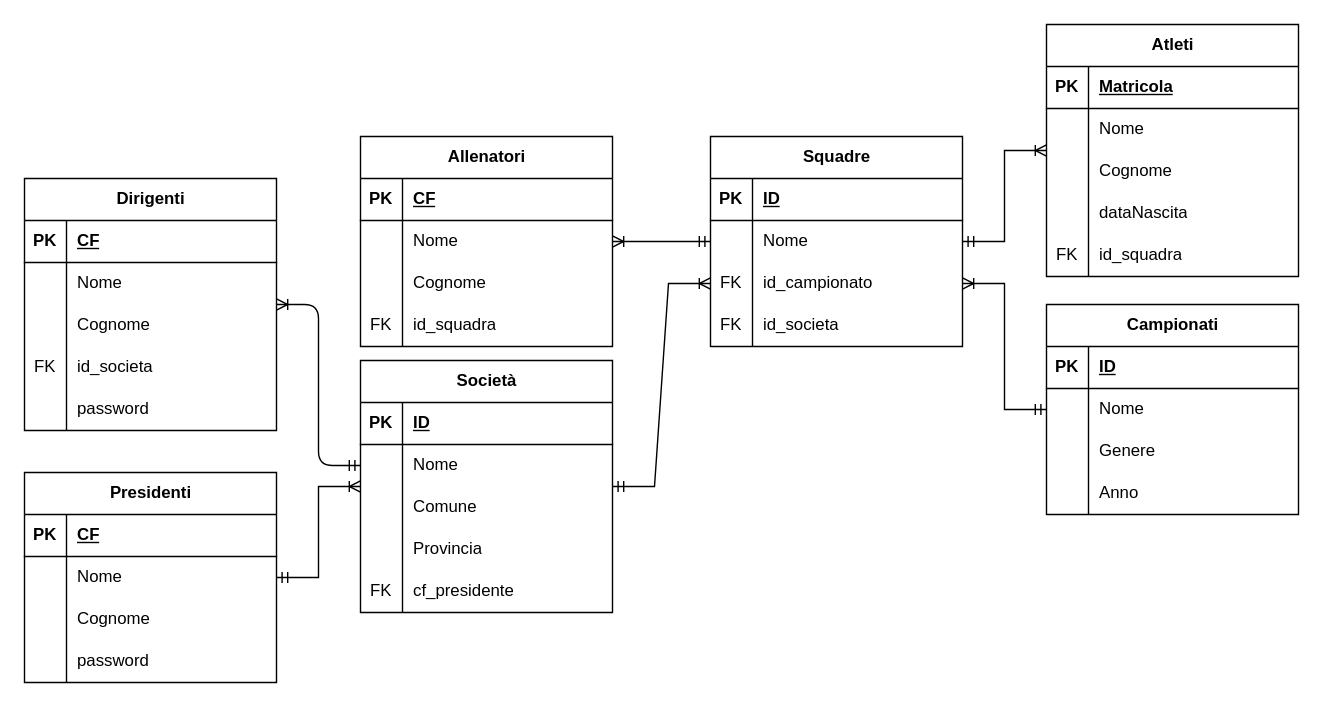
This is CS_VOLPE.drawio from Yuris-Reds/CS_VOLPE, a draw.io file, before an edit. Source tidied: cells renumbered, new cells numbered last; positions are measured from the earlier drawing's top-left corner, leaving out a move shared by most shapes. Both pictures are drawn from the tidied source at 140%, with x=0, y=0 at pixel (24, 24).
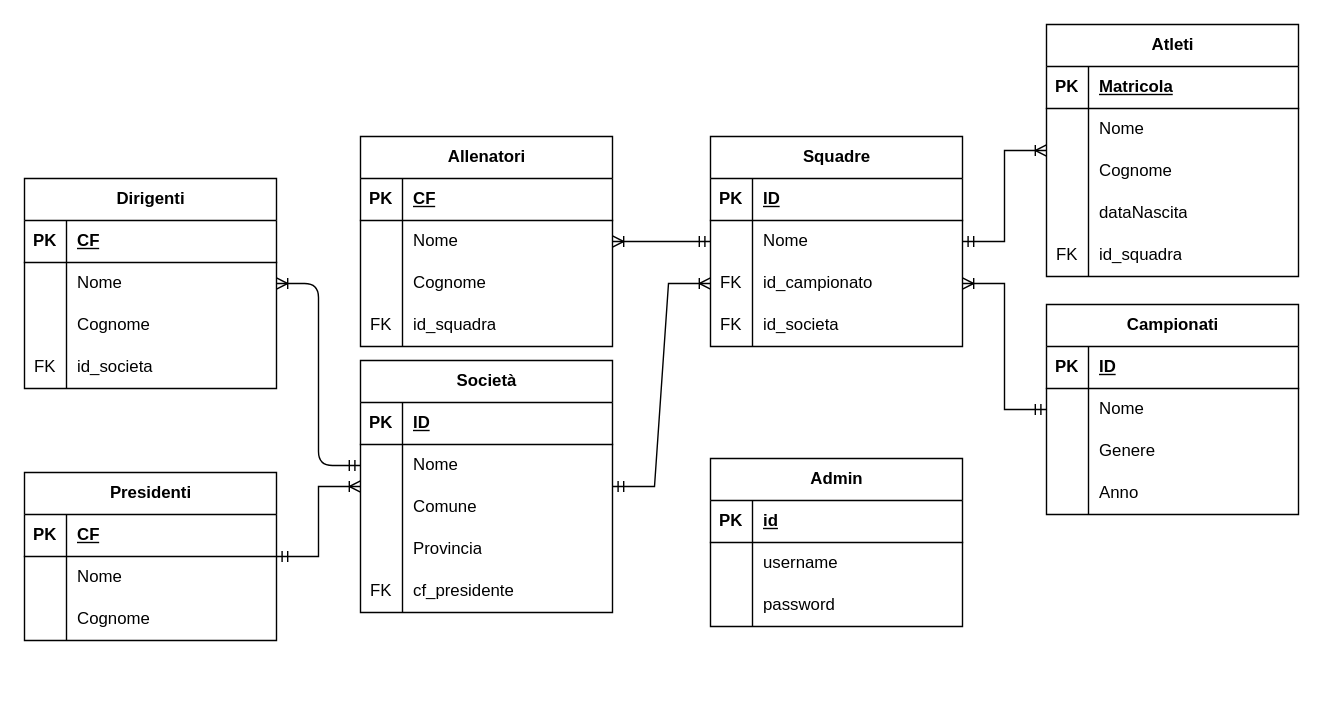
Above is the later version.

What changed in the source:
```diff
@@
     <mxCell id="58" value="Dirigenti" style="shape=table;startSize=30;childLayout=tableLayout;rowLines=0;fontStyle=1;align=center;html=1;" parent="1" vertex="1">
-      <mxGeometry y="110" width="180" height="180" as="geometry" />
+      <mxGeometry y="110" width="180" height="150" as="geometry" />
     </mxCell>
@@
-    <mxCell id="71" style="shape=tableRow;horizontal=0;startSize=0;swimlaneHead=0;swimlaneBody=0;fillColor=none;top=0;left=0;right=0;bottom=0;" parent="58" vertex="1">
-      <mxGeometry y="150" width="180" height="30" as="geometry" />
-    </mxCell>
-    <mxCell id="72" style="shape=partialRectangle;fillColor=none;top=0;left=0;bottom=0;right=0;overflow=hidden;whiteSpace=wrap;html=1;" parent="71" vertex="1">
-      <mxGeometry width="30" height="30" as="geometry" />
-    </mxCell>
-    <mxCell id="73" value="password" style="shape=partialRectangle;fillColor=none;top=0;left=0;bottom=0;right=0;align=left;spacingLeft=6;overflow=hidden;whiteSpace=wrap;html=1;" parent="71" vertex="1">
-      <mxGeometry x="30" width="150" height="30" as="geometry" />
-    </mxCell>
@@
     <mxCell id="90" value="Presidenti" style="shape=table;startSize=30;childLayout=tableLayout;rowLines=0;fontStyle=1;align=center;html=1;" parent="1" vertex="1">
-      <mxGeometry y="320" width="180" height="150" as="geometry" />
+      <mxGeometry y="320" width="180" height="120" as="geometry" />
     </mxCell>
@@
-    <mxCell id="100" style="shape=tableRow;horizontal=0;startSize=0;swimlaneHead=0;swimlaneBody=0;fillColor=none;top=0;left=0;right=0;bottom=0;" parent="90" vertex="1">
-      <mxGeometry y="120" width="180" height="30" as="geometry" />
-    </mxCell>
-    <mxCell id="101" style="shape=partialRectangle;fillColor=none;top=0;left=0;bottom=0;right=0;overflow=hidden;whiteSpace=wrap;html=1;" parent="100" vertex="1">
-      <mxGeometry width="30" height="30" as="geometry" />
-    </mxCell>
-    <mxCell id="102" value="password" style="shape=partialRectangle;fillColor=none;top=0;left=0;bottom=0;right=0;align=left;spacingLeft=6;overflow=hidden;whiteSpace=wrap;html=1;" parent="100" vertex="1">
-      <mxGeometry x="30" width="150" height="30" as="geometry" />
-    </mxCell>
@@
+    <mxCell id="108" value="Admin" style="shape=table;startSize=30;childLayout=tableLayout;rowLines=0;fontStyle=1;align=center;html=1;" parent="1" vertex="1">
+      <mxGeometry x="490" y="310" width="180" height="120" as="geometry" />
+    </mxCell>
+    <mxCell id="109" style="shape=tableRow;horizontal=0;startSize=0;swimlaneHead=0;swimlaneBody=0;fillColor=none;top=0;left=0;right=0;bottom=1;" parent="108" vertex="1">
+      <mxGeometry y="30" width="180" height="30" as="geometry" />
+    </mxCell>
+    <mxCell id="110" value="PK" style="shape=partialRectangle;fillColor=none;top=0;left=0;bottom=0;right=0;fontStyle=1;overflow=hidden;whiteSpace=wrap;html=1;" parent="109" vertex="1">
+      <mxGeometry width="30" height="30" as="geometry" />
+    </mxCell>
+    <mxCell id="111" value="id" style="shape=partialRectangle;fillColor=none;top=0;left=0;bottom=0;right=0;align=left;spacingLeft=6;fontStyle=5;overflow=hidden;whiteSpace=wrap;html=1;" parent="109" vertex="1">
+      <mxGeometry x="30" width="150" height="30" as="geometry" />
+    </mxCell>
+    <mxCell id="112" style="shape=tableRow;horizontal=0;startSize=0;swimlaneHead=0;swimlaneBody=0;fillColor=none;top=0;left=0;right=0;bottom=0;" parent="108" vertex="1">
+      <mxGeometry y="60" width="180" height="30" as="geometry" />
+    </mxCell>
+    <mxCell id="113" style="shape=partialRectangle;fillColor=none;top=0;left=0;bottom=0;right=0;overflow=hidden;whiteSpace=wrap;html=1;" parent="112" vertex="1">
+      <mxGeometry width="30" height="30" as="geometry" />
+    </mxCell>
+    <mxCell id="114" value="username" style="shape=partialRectangle;fillColor=none;top=0;left=0;bottom=0;right=0;align=left;spacingLeft=6;overflow=hidden;whiteSpace=wrap;html=1;" parent="112" vertex="1">
+      <mxGeometry x="30" width="150" height="30" as="geometry" />
+    </mxCell>
+    <mxCell id="115" style="shape=tableRow;horizontal=0;startSize=0;swimlaneHead=0;swimlaneBody=0;fillColor=none;top=0;left=0;right=0;bottom=0;" parent="108" vertex="1">
+      <mxGeometry y="90" width="180" height="30" as="geometry" />
+    </mxCell>
+    <mxCell id="116" style="shape=partialRectangle;fillColor=none;top=0;left=0;bottom=0;right=0;overflow=hidden;whiteSpace=wrap;html=1;" parent="115" vertex="1">
+      <mxGeometry width="30" height="30" as="geometry" />
+    </mxCell>
+    <mxCell id="117" value="password" style="shape=partialRectangle;fillColor=none;top=0;left=0;bottom=0;right=0;align=left;spacingLeft=6;overflow=hidden;whiteSpace=wrap;html=1;" parent="115" vertex="1">
+      <mxGeometry x="30" width="150" height="30" as="geometry" />
+    </mxCell>
```
